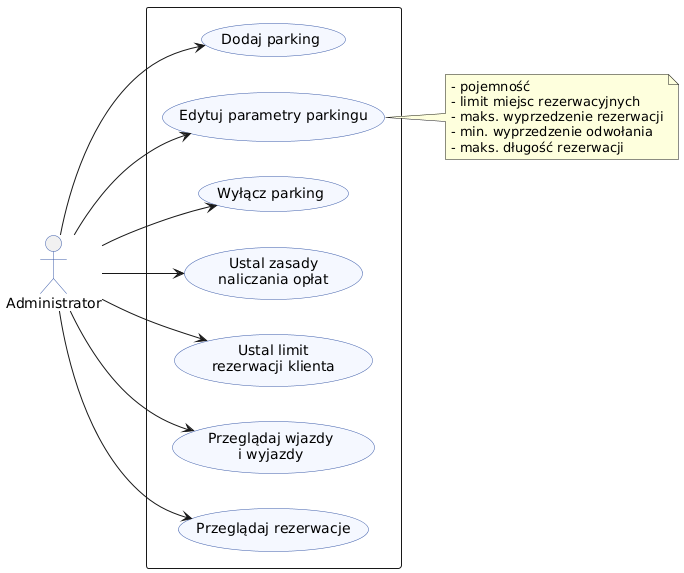
DDanulo/Kompetencyjny-team-1 keeps this PlantUML diagram as etap1/img/administrator.png. Above is the earlier version.
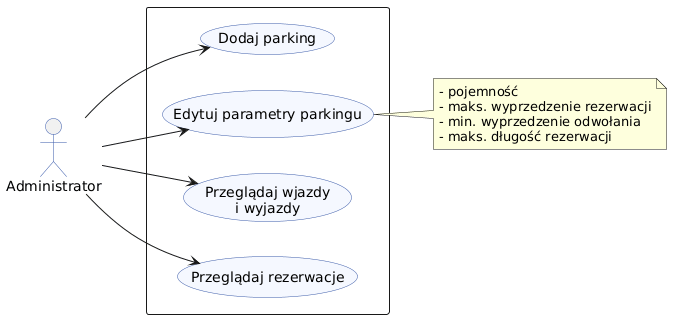
After the change.

Commit message:
Uproszczony diagram przypadków użycia Administratora

Usunięte przypadki spoza modelu dziedzinowego: "Wyłącz parking",
"Ustal zasady naliczania opłat", "Ustal limit rezerwacji klienta"
oraz "limit miejsc rezerwacyjnych" z notatki.

What changed in the source:
```diff
@@ -13,24 +13,17 @@
 rectangle {
   usecase "Dodaj parking" as UC_A1
   usecase "Edytuj parametry parkingu" as UC_A2
-  usecase "Wyłącz parking" as UC_A3
-  usecase "Ustal zasady\nnaliczania opłat" as UC_A4
-  usecase "Ustal limit\nrezerwacji klienta" as UC_A5
   usecase "Przeglądaj wjazdy\ni wyjazdy" as UC_A6
   usecase "Przeglądaj rezerwacje" as UC_A7
 }
 
 Admin --> UC_A1
 Admin --> UC_A2
-Admin --> UC_A3
-Admin --> UC_A4
-Admin --> UC_A5
 Admin --> UC_A6
 Admin --> UC_A7
 
 note right of UC_A2
   - pojemność
-  - limit miejsc rezerwacyjnych
   - maks. wyprzedzenie rezerwacji
   - min. wyprzedzenie odwołania
   - maks. długość rezerwacji
```
